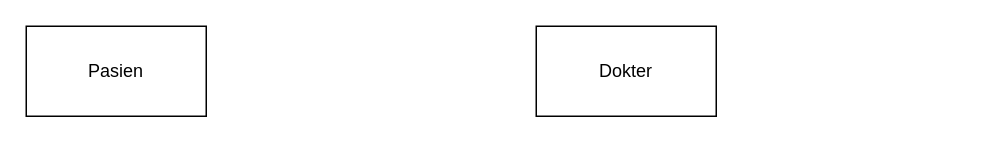
This is page "Page-2" (1 of 2) of Domain model iterasi 2 rpl.drawio from MaximHere/drawio, a draw.io file, before an edit. Source tidied: cells renumbered, new cells numbered last; positions are measured from the earlier drawing's top-left corner, leaving out a move shared by most shapes. Both pictures are drawn from the tidied source at 150%, with x=0, y=0 at pixel (26, 26).
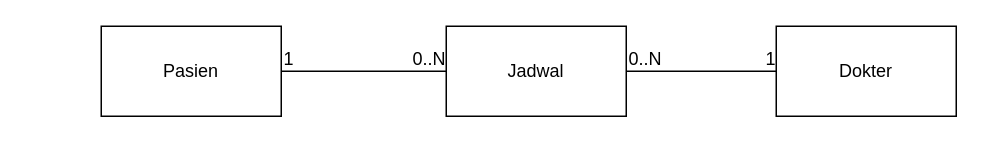
Above is the later version.

Change to the diagram source:
```diff
@@
 <mxGraphModel>
   <root>
     <mxCell id="0" />
     <mxCell id="1" parent="0" />
     <mxCell id="2" value="Pasien" style="rounded=0;whiteSpace=wrap;html=1;" parent="1" vertex="1">
-      <mxGeometry width="120" height="60" as="geometry" />
+      <mxGeometry x="50" width="120" height="60" as="geometry" />
     </mxCell>
     <mxCell id="3" value="Dokter" style="rounded=0;whiteSpace=wrap;html=1;" parent="1" vertex="1">
-      <mxGeometry x="340" width="120" height="60" as="geometry" />
+      <mxGeometry x="500" width="120" height="60" as="geometry" />
     </mxCell>
+    <mxCell id="4" value="Jadwal" style="rounded=0;whiteSpace=wrap;html=1;" parent="1" vertex="1">
+      <mxGeometry x="280" width="120" height="60" as="geometry" />
+    </mxCell>
+    <mxCell id="5" style="endArrow=none;html=1;rounded=0;exitX=1;exitY=0.5;exitDx=0;exitDy=0;entryX=0;entryY=0.5;entryDx=0;entryDy=0;" parent="1" edge="1" source="2" target="4">
+      <mxGeometry relative="1" as="geometry" />
+    </mxCell>
+    <mxCell id="6" value="1" style="html=1;align=left;verticalAlign=bottom;" parent="5" vertex="1">
+      <mxGeometry x="-1" relative="1" as="geometry" />
+    </mxCell>
+    <mxCell id="7" value="0..N" style="html=1;align=right;verticalAlign=bottom;" parent="5" vertex="1">
+      <mxGeometry x="1" relative="1" as="geometry" />
+    </mxCell>
+    <mxCell id="8" style="endArrow=none;html=1;rounded=0;exitX=1;exitY=0.5;exitDx=0;exitDy=0;entryX=0;entryY=0.5;entryDx=0;entryDy=0;" parent="1" edge="1" source="4" target="3">
+      <mxGeometry relative="1" as="geometry" />
+    </mxCell>
+    <mxCell id="9" value="0..N" style="html=1;align=left;verticalAlign=bottom;" parent="8" vertex="1">
+      <mxGeometry x="-1" relative="1" as="geometry" />
+    </mxCell>
+    <mxCell id="10" value="1" style="html=1;align=right;verticalAlign=bottom;" parent="8" vertex="1">
+      <mxGeometry x="1" relative="1" as="geometry" />
+    </mxCell>
   </root>
 </mxGraphModel>
```
